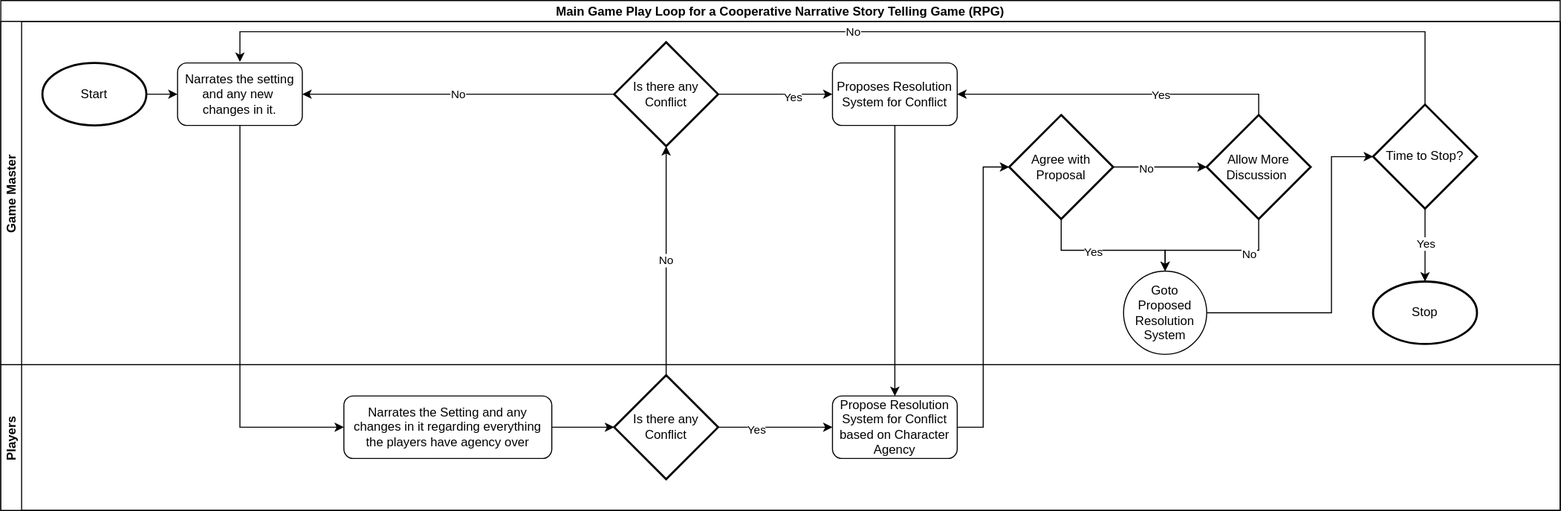
The draw.io diagram assets/diagrams/Main-Game-Play-Loop.svg in TedTschopp/Fixing-Game-Night, before a commit. Source tidied: cells renumbered, new cells last; positions are measured from the earlier drawing's top-left corner, leaving out a move shared by most shapes.
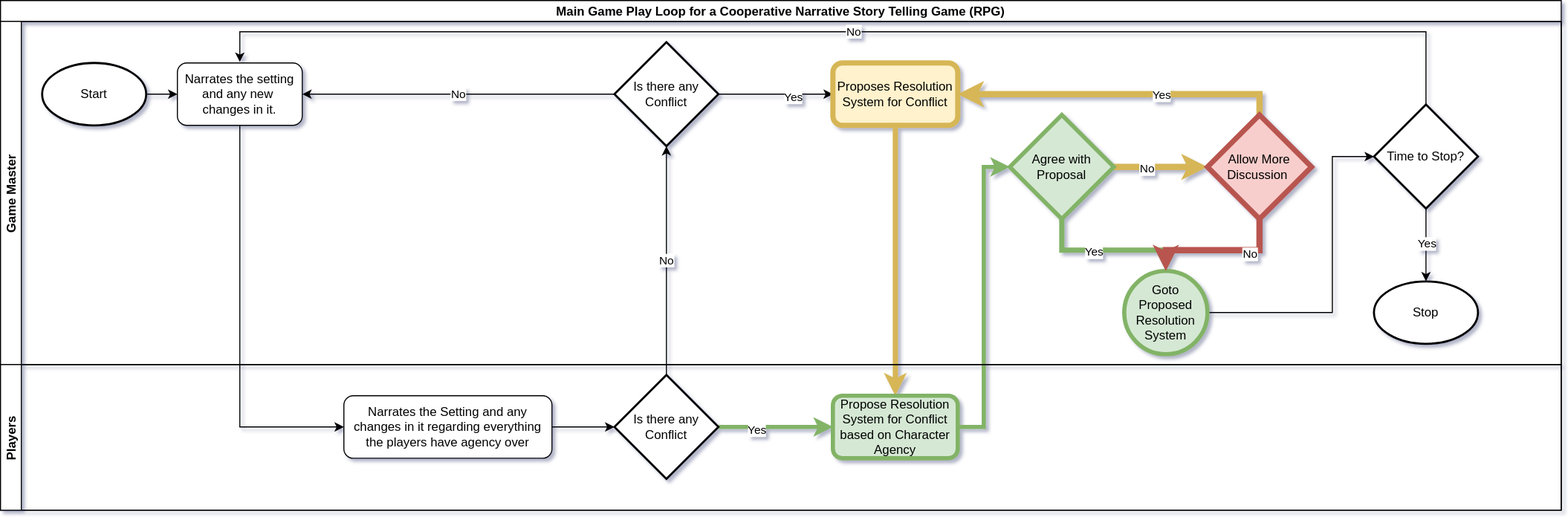
Later version of the same file.

What changed in the source:
```diff
@@ -5,7 +5,7 @@
     <mxCell id="2" value="Main Game Play Loop for a Cooperative Narrative Story Telling Game (RPG)" style="swimlane;horizontal=1;startSize=20;" parent="1" vertex="1">
       <mxGeometry width="1500" height="490" as="geometry" />
     </mxCell>
-    <mxCell id="3" style="edgeStyle=orthogonalEdgeStyle;rounded=0;jettySize=auto;html=1;startArrow=none;startFill=0;" parent="2" edge="1" source="13" target="36">
+    <mxCell id="3" style="edgeStyle=orthogonalEdgeStyle;rounded=0;jettySize=auto;html=1;startArrow=none;startFill=0;fillColor=#fff2cc;strokeColor=#d6b656;strokeWidth=5;" parent="2" edge="1" source="13" target="36">
       <mxGeometry relative="1" as="geometry" />
     </mxCell>
     <mxCell id="4" value="No" style="edgeStyle=orthogonalEdgeStyle;rounded=0;jettySize=auto;html=1;entryX=0.5;entryY=1;entryDx=0;entryDy=0;startArrow=none;startFill=0;entryPerimeter=0;" parent="2" edge="1" source="39" target="32">
@@ -14,7 +14,7 @@
     <mxCell id="5" style="edgeStyle=orthogonalEdgeStyle;rounded=0;jettySize=auto;html=1;entryX=0;entryY=0.5;entryDx=0;entryDy=0;startArrow=none;startFill=0;exitX=0.5;exitY=1;exitDx=0;exitDy=0;" parent="2" edge="1" source="8" target="35">
       <mxGeometry relative="1" as="geometry" />
     </mxCell>
-    <mxCell id="6" style="edgeStyle=orthogonalEdgeStyle;rounded=0;jettySize=auto;html=1;entryX=0;entryY=0.5;entryDx=0;entryDy=0;entryPerimeter=0;startArrow=none;startFill=0;" parent="2" edge="1" source="36" target="20">
+    <mxCell id="6" style="edgeStyle=orthogonalEdgeStyle;rounded=0;jettySize=auto;html=1;entryX=0;entryY=0.5;entryDx=0;entryDy=0;entryPerimeter=0;startArrow=none;startFill=0;strokeWidth=4;fillColor=#d5e8d4;strokeColor=#82b366;" parent="2" edge="1" source="36" target="20">
       <mxGeometry relative="1" as="geometry" />
     </mxCell>
     <mxCell id="7" value="Game Master" style="swimlane;startSize=20;horizontal=0;" parent="2" vertex="1">
@@ -29,7 +29,7 @@
     <mxCell id="10" value="Yes" style="edgeLabel;html=1;align=center;verticalAlign=middle;" parent="9" vertex="1">
       <mxGeometry x="0.29" y="-2" relative="1" as="geometry" />
     </mxCell>
-    <mxCell id="11" style="edgeStyle=orthogonalEdgeStyle;rounded=0;jettySize=auto;html=1;startArrow=none;startFill=0;exitX=0.5;exitY=1;exitDx=0;exitDy=0;exitPerimeter=0;" parent="7" edge="1" source="20" target="15">
+    <mxCell id="11" style="edgeStyle=orthogonalEdgeStyle;rounded=0;jettySize=auto;html=1;startArrow=none;startFill=0;exitX=0.5;exitY=1;exitDx=0;exitDy=0;exitPerimeter=0;strokeWidth=5;fillColor=#d5e8d4;strokeColor=#82b366;" parent="7" edge="1" source="20" target="15">
       <mxGeometry relative="1" as="geometry">
         <Array as="points">
           <mxPoint x="1020" y="220" />
@@ -40,7 +40,7 @@
     <mxCell id="12" value="Yes" style="edgeLabel;html=1;align=center;verticalAlign=middle;" parent="11" vertex="1">
       <mxGeometry x="-0.2" y="-1" relative="1" as="geometry" />
     </mxCell>
-    <mxCell id="13" value="Proposes Resolution System for Conflict" style="rounded=1;whiteSpace=wrap;html=1;" parent="7" vertex="1">
+    <mxCell id="13" value="Proposes Resolution System for Conflict" style="rounded=1;whiteSpace=wrap;html=1;fillColor=#fff2cc;strokeColor=#d6b656;strokeWidth=5;" parent="7" vertex="1">
       <mxGeometry x="800" y="40" width="120" height="60" as="geometry" />
     </mxCell>
     <mxCell id="14" style="edgeStyle=orthogonalEdgeStyle;rounded=0;jettySize=auto;html=1;entryX=0;entryY=0.5;entryDx=0;entryDy=0;entryPerimeter=0;startArrow=none;startFill=0;exitX=1;exitY=0.5;exitDx=0;exitDy=0;" parent="7" edge="1" source="15" target="29">
@@ -51,7 +51,7 @@
         </Array>
       </mxGeometry>
     </mxCell>
-    <mxCell id="15" value="Goto Proposed Resolution System" style="ellipse;whiteSpace=wrap;html=1;" parent="7" vertex="1">
+    <mxCell id="15" value="Goto Proposed Resolution System" style="ellipse;whiteSpace=wrap;html=1;strokeWidth=4;fillColor=#d5e8d4;strokeColor=#82b366;" parent="7" vertex="1">
       <mxGeometry x="1080" y="240" width="80" height="80" as="geometry" />
     </mxCell>
     <mxCell id="16" style="edgeStyle=orthogonalEdgeStyle;rounded=0;jettySize=auto;html=1;startArrow=none;startFill=0;" parent="7" edge="1" source="17" target="8">
@@ -60,16 +60,16 @@
     <mxCell id="17" value="Start" style="strokeWidth=2;html=1;shape=mxgraph.flowchart.start_1;whiteSpace=wrap;" parent="7" vertex="1">
       <mxGeometry x="40" y="40" width="100" height="60" as="geometry" />
     </mxCell>
-    <mxCell id="18" style="edgeStyle=orthogonalEdgeStyle;rounded=0;jettySize=auto;html=1;entryX=0;entryY=0.5;entryDx=0;entryDy=0;entryPerimeter=0;startArrow=none;startFill=0;" parent="7" edge="1" source="20" target="25">
+    <mxCell id="18" style="edgeStyle=orthogonalEdgeStyle;rounded=0;jettySize=auto;html=1;entryX=0;entryY=0.5;entryDx=0;entryDy=0;entryPerimeter=0;startArrow=none;startFill=0;fillColor=#fff2cc;strokeColor=#d6b656;strokeWidth=6;" parent="7" edge="1" source="20" target="25">
       <mxGeometry relative="1" as="geometry" />
     </mxCell>
     <mxCell id="19" value="No" style="edgeLabel;html=1;align=center;verticalAlign=middle;" parent="18" vertex="1">
       <mxGeometry x="-0.32" y="-1" relative="1" as="geometry" />
     </mxCell>
-    <mxCell id="20" value="Agree with Proposal" style="strokeWidth=2;html=1;shape=mxgraph.flowchart.decision;whiteSpace=wrap;" parent="7" vertex="1">
+    <mxCell id="20" value="Agree with Proposal" style="strokeWidth=4;html=1;shape=mxgraph.flowchart.decision;whiteSpace=wrap;fillColor=#d5e8d4;strokeColor=#82b366;" parent="7" vertex="1">
       <mxGeometry x="970" y="90" width="100" height="100" as="geometry" />
     </mxCell>
-    <mxCell id="21" style="edgeStyle=orthogonalEdgeStyle;rounded=0;jettySize=auto;html=1;startArrow=none;startFill=0;exitX=0.5;exitY=1;exitDx=0;exitDy=0;exitPerimeter=0;" parent="7" edge="1" source="25" target="15">
+    <mxCell id="21" style="edgeStyle=orthogonalEdgeStyle;rounded=0;jettySize=auto;html=1;startArrow=none;startFill=0;exitX=0.5;exitY=1;exitDx=0;exitDy=0;exitPerimeter=0;fillColor=#f8cecc;strokeColor=#b85450;strokeWidth=6;" parent="7" edge="1" source="25" target="15">
       <mxGeometry relative="1" as="geometry">
         <Array as="points">
           <mxPoint x="1210" y="220" />
@@ -80,13 +80,13 @@
     <mxCell id="22" value="No" style="edgeLabel;html=1;align=center;verticalAlign=middle;" parent="21" vertex="1">
       <mxGeometry x="-0.43" y="3" relative="1" as="geometry" />
     </mxCell>
-    <mxCell id="23" style="edgeStyle=orthogonalEdgeStyle;rounded=0;jettySize=auto;html=1;entryX=1;entryY=0.5;entryDx=0;entryDy=0;startArrow=none;startFill=0;exitX=0.5;exitY=0;exitDx=0;exitDy=0;exitPerimeter=0;" parent="7" edge="1" source="25" target="13">
+    <mxCell id="23" style="edgeStyle=orthogonalEdgeStyle;rounded=0;jettySize=auto;html=1;entryX=1;entryY=0.5;entryDx=0;entryDy=0;startArrow=none;startFill=0;exitX=0.5;exitY=0;exitDx=0;exitDy=0;exitPerimeter=0;fillColor=#fff2cc;strokeColor=#d6b656;strokeWidth=6;" parent="7" edge="1" source="25" target="13">
       <mxGeometry relative="1" as="geometry" />
     </mxCell>
     <mxCell id="24" value="Yes" style="edgeLabel;html=1;align=center;verticalAlign=middle;" parent="23" vertex="1">
       <mxGeometry x="-0.26" relative="1" as="geometry" />
     </mxCell>
-    <mxCell id="25" value="Allow More Discussion&amp;nbsp;" style="strokeWidth=2;html=1;shape=mxgraph.flowchart.decision;whiteSpace=wrap;" parent="7" vertex="1">
+    <mxCell id="25" value="Allow More Discussion&amp;nbsp;" style="strokeWidth=5;html=1;shape=mxgraph.flowchart.decision;whiteSpace=wrap;fillColor=#f8cecc;strokeColor=#b85450;" parent="7" vertex="1">
       <mxGeometry x="1160" y="90" width="100" height="100" as="geometry" />
     </mxCell>
     <mxCell id="26" style="edgeStyle=orthogonalEdgeStyle;rounded=0;jettySize=auto;html=1;startArrow=none;startFill=0;" parent="7" edge="1" source="29" target="30">
@@ -125,10 +125,10 @@
     <mxCell id="35" value="Narrates the Setting and any changes in it regarding everything the players have agency over" style="rounded=1;whiteSpace=wrap;html=1;" parent="33" vertex="1">
       <mxGeometry x="330" y="30" width="200" height="60" as="geometry" />
     </mxCell>
-    <mxCell id="36" value="Propose Resolution System for Conflict based on Character Agency" style="rounded=1;whiteSpace=wrap;html=1;" parent="33" vertex="1">
+    <mxCell id="36" value="Propose Resolution System for Conflict based on Character Agency" style="rounded=1;whiteSpace=wrap;html=1;strokeWidth=4;fillColor=#d5e8d4;strokeColor=#82b366;" parent="33" vertex="1">
       <mxGeometry x="800" y="30" width="120" height="60" as="geometry" />
     </mxCell>
-    <mxCell id="37" style="edgeStyle=orthogonalEdgeStyle;rounded=0;jettySize=auto;html=1;entryX=0;entryY=0.5;entryDx=0;entryDy=0;startArrow=none;startFill=0;" parent="33" edge="1" source="39" target="36">
+    <mxCell id="37" style="edgeStyle=orthogonalEdgeStyle;rounded=0;jettySize=auto;html=1;entryX=0;entryY=0.5;entryDx=0;entryDy=0;startArrow=none;startFill=0;strokeWidth=4;fillColor=#d5e8d4;strokeColor=#82b366;" parent="33" edge="1" source="39" target="36">
       <mxGeometry relative="1" as="geometry" />
     </mxCell>
     <mxCell id="38" value="Yes" style="edgeLabel;html=1;align=center;verticalAlign=middle;" parent="37" vertex="1">
```
